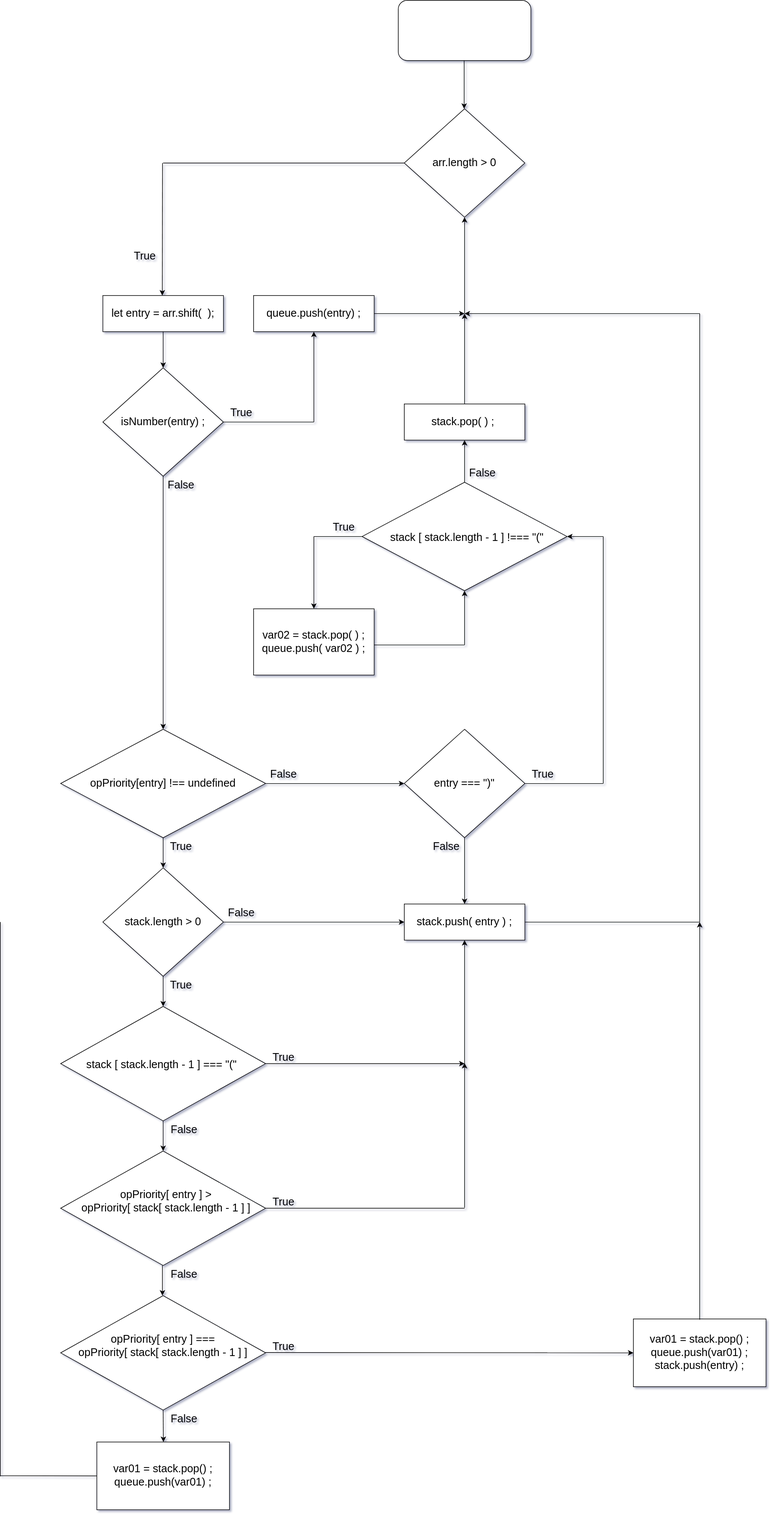
The draw.io diagram Untitled Diagram.drawio.svg in jcgm3205/jcgm3205, before a commit. Source tidied: cells renumbered, new cells last; positions are measured from the earlier drawing's top-left corner, leaving out a move shared by most shapes.
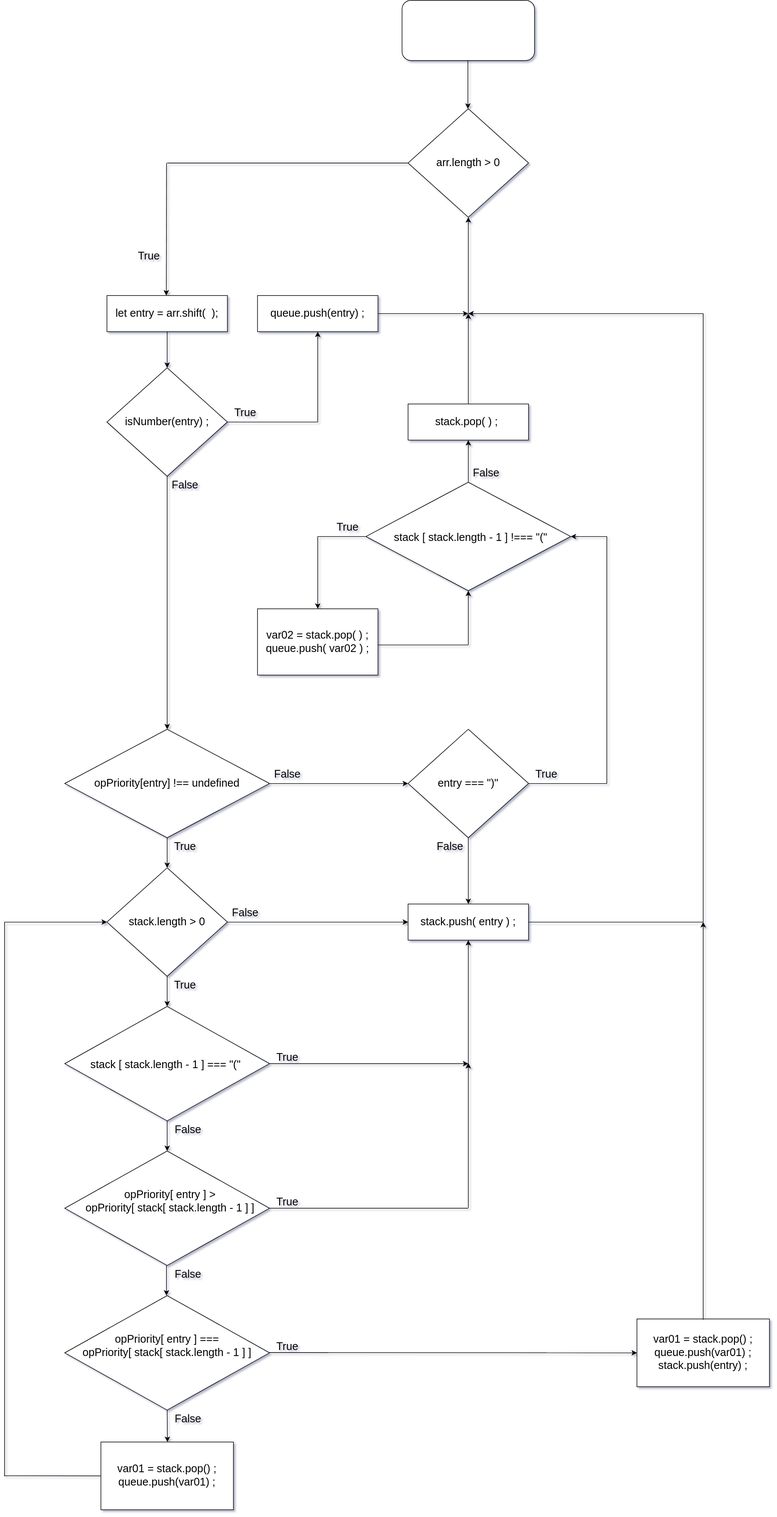
Above is the later version.

Diff of the diagram source:
```diff
@@ -345,5 +345,10 @@
         <mxPoint y="2449" as="targetPoint" />
       </mxGeometry>
     </mxCell>
+    <mxCell id="86" style="endArrow=classic;html=1;rounded=0;fontSize=18;entryX=0;entryY=0.5;entryDx=0;entryDy=0;" parent="1" edge="1" target="48">
+      <mxGeometry relative="1" as="geometry">
+        <mxPoint y="1530" as="sourcePoint" />
+      </mxGeometry>
+    </mxCell>
   </root>
 </mxGraphModel>
```
